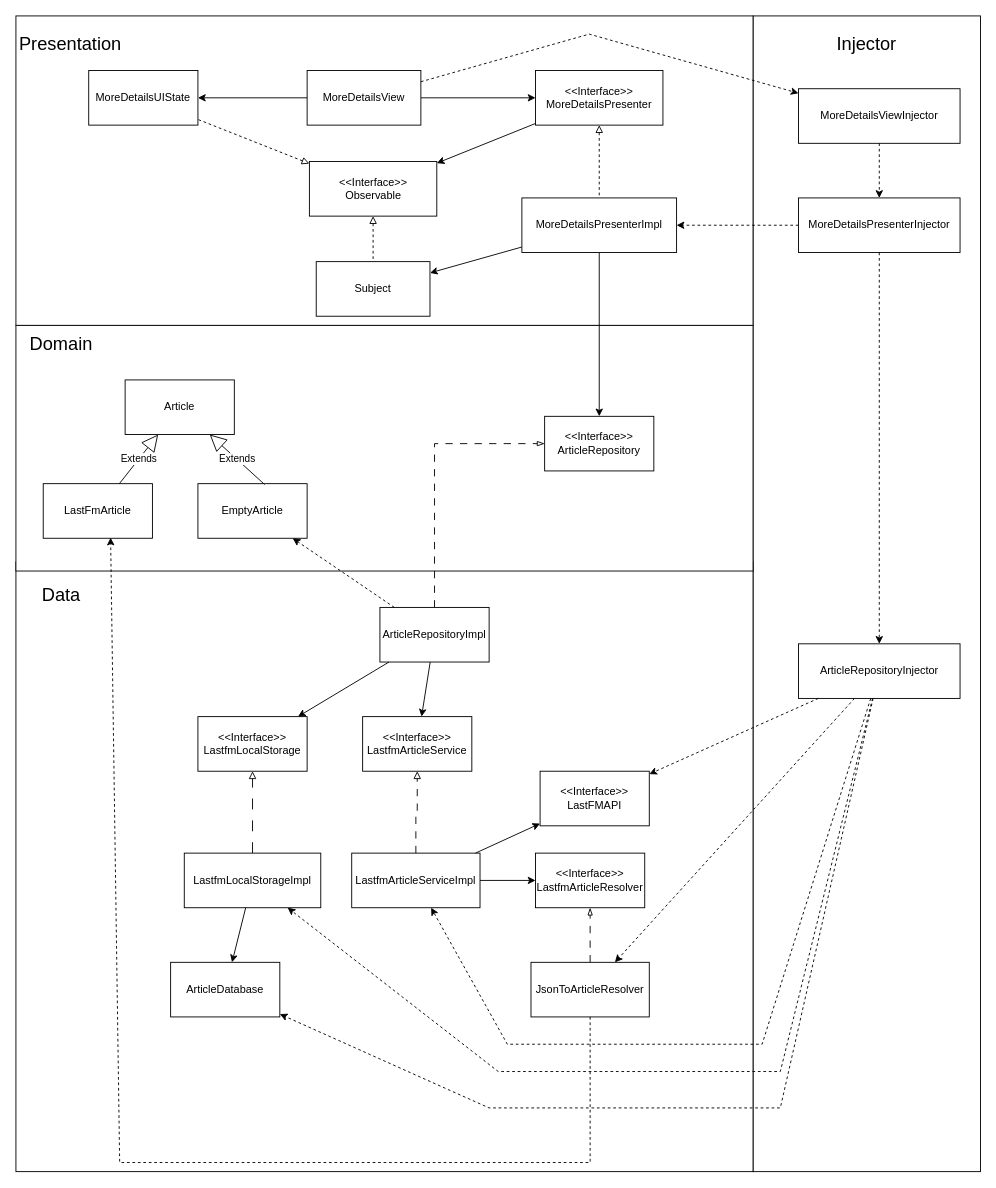
Before: MoreDetailsDiagram.drawio in leodreizzen/AyDS-SongInfo, a draw.io diagram. Source tidied: cells renumbered, new cells numbered last; positions are measured from the earlier drawing's top-left corner, leaving out a move shared by most shapes. Both pictures are drawn from the tidied source at 91%, with x=0, y=0 at pixel (15, 15).
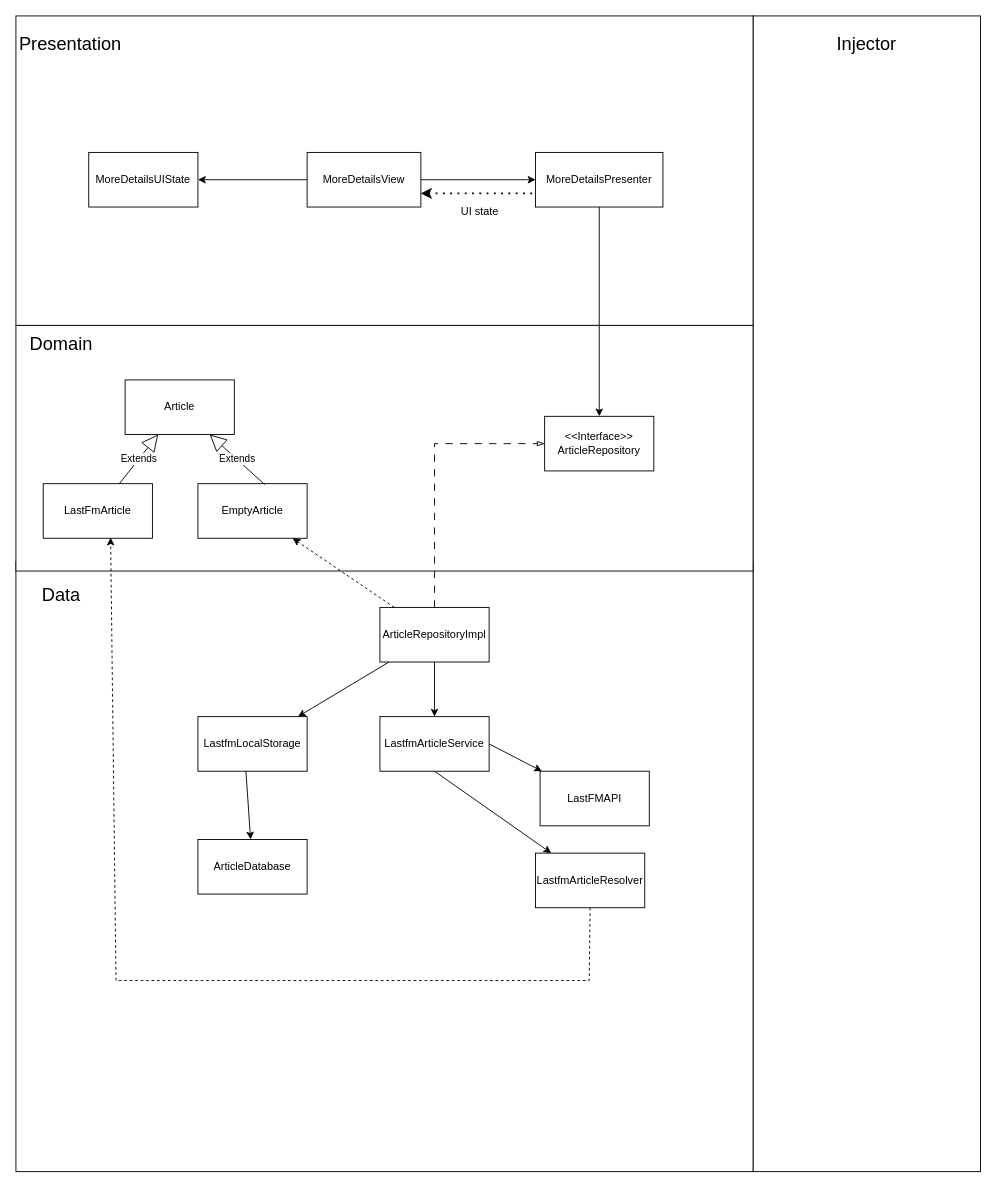
The same diagram, later.

The change refers to these unchanged cells:
```xml
<mxCell id="3" style="rounded=0;whiteSpace=wrap;html=1;" parent="1" vertex="1">
  <mxGeometry y="600" width="810" height="670" as="geometry" />
</mxCell>
<mxCell id="14" value="&amp;lt;&amp;lt;Interface&amp;gt;&amp;gt;&lt;div&gt;ArticleRepository&lt;/div&gt;" style="rounded=0;whiteSpace=wrap;html=1;" parent="1" vertex="1">
  <mxGeometry x="581" y="440" width="120" height="60" as="geometry" />
</mxCell>
<mxCell id="31" value="LastFmArticle" style="rounded=0;whiteSpace=wrap;html=1;" parent="1" vertex="1">
  <mxGeometry x="30" y="514" width="120" height="60" as="geometry" />
</mxCell>
```

Change to the diagram source:
```diff
@@
-    <mxCell id="9" value="ArticleRepositoryInjector" style="rounded=0;whiteSpace=wrap;html=1;" parent="1" vertex="1">
-      <mxGeometry x="860" y="690" width="177.5" height="60" as="geometry" />
-    </mxCell>
-    <mxCell id="10" value="&lt;div&gt;&amp;lt;&amp;lt;Interface&amp;gt;&amp;gt;&lt;/div&gt;MoreDetailsPresenter" style="rounded=0;whiteSpace=wrap;html=1;" parent="1" vertex="1">
-      <mxGeometry x="571" y="60" width="140" height="60" as="geometry" />
+    <mxCell id="10" value="&lt;div&gt;&lt;span style=&quot;background-color: initial;&quot;&gt;MoreDetailsPresenter&lt;/span&gt;&lt;br&gt;&lt;/div&gt;" style="rounded=0;whiteSpace=wrap;html=1;" parent="1" vertex="1">
+      <mxGeometry x="571" y="150" width="140" height="60" as="geometry" />
     </mxCell>
     <mxCell id="11" value="MoreDetailsUIState" style="rounded=0;whiteSpace=wrap;html=1;" parent="1" vertex="1">
-      <mxGeometry x="80" y="60" width="120" height="60" as="geometry" />
+      <mxGeometry x="80" y="150" width="120" height="60" as="geometry" />
     </mxCell>
@@
     <mxCell id="13" value="MoreDetailsView" style="rounded=0;whiteSpace=wrap;html=1;" parent="1" vertex="1">
-      <mxGeometry x="320" y="60" width="125" height="60" as="geometry" />
+      <mxGeometry x="320" y="150" width="125" height="60" as="geometry" />
     </mxCell>
@@
-    <mxCell id="15" value="MoreDetailsPresenterImpl" style="rounded=0;whiteSpace=wrap;html=1;" parent="1" vertex="1">
-      <mxGeometry x="556" y="200" width="170" height="60" as="geometry" />
-    </mxCell>
-    <mxCell id="16" style="endArrow=none;dashed=1;html=1;rounded=0;startArrow=block;startFill=0;exitX=0.5;exitY=1;exitDx=0;exitDy=0;" parent="1" edge="1" source="10" target="15">
-      <mxGeometry relative="1" as="geometry" />
-    </mxCell>
@@
-    <mxCell id="18" style="endArrow=classic;html=1;rounded=0;dashed=1;" parent="1" edge="1" source="13" target="41">
-      <mxGeometry relative="1" as="geometry">
-        <Array as="points">
-          <mxPoint x="630" y="20" />
-        </Array>
-      </mxGeometry>
-    </mxCell>
     <mxCell id="19" value="ArticleDatabase" style="rounded=0;whiteSpace=wrap;html=1;" parent="1" vertex="1">
-      <mxGeometry x="170" y="1040" width="120" height="60" as="geometry" />
+      <mxGeometry x="200" y="905" width="120" height="60" as="geometry" />
     </mxCell>
-    <mxCell id="20" style="edgeStyle=orthogonalEdgeStyle;rounded=0;jettySize=auto;html=1;entryX=0.5;entryY=1;entryDx=0;entryDy=0;dashed=1;dashPattern=12 12;endArrow=block;endFill=0;" parent="1" edge="1" source="21" target="28">
-      <mxGeometry relative="1" as="geometry" />
-    </mxCell>
-    <mxCell id="21" value="LastfmLocalStorageImpl" style="rounded=0;whiteSpace=wrap;html=1;" parent="1" vertex="1">
-      <mxGeometry x="185" y="920" width="150" height="60" as="geometry" />
-    </mxCell>
-    <mxCell id="22" value="&lt;div&gt;&amp;lt;&amp;lt;Interface&amp;gt;&amp;gt;&lt;/div&gt;LastfmArticleService" style="rounded=0;whiteSpace=wrap;html=1;" parent="1" vertex="1">
-      <mxGeometry x="381" y="770" width="120" height="60" as="geometry" />
+    <mxCell id="22" value="&lt;div&gt;&lt;span style=&quot;background-color: initial;&quot;&gt;LastfmArticleService&lt;/span&gt;&lt;br&gt;&lt;/div&gt;" style="rounded=0;whiteSpace=wrap;html=1;" parent="1" vertex="1">
+      <mxGeometry x="400" y="770" width="120" height="60" as="geometry" />
     </mxCell>
-    <mxCell id="23" style="edgeStyle=orthogonalEdgeStyle;rounded=0;jettySize=auto;html=1;entryX=0.5;entryY=1;entryDx=0;entryDy=0;endArrow=block;endFill=0;dashed=1;dashPattern=8 8;" parent="1" edge="1" source="24" target="22">
-      <mxGeometry relative="1" as="geometry" />
-    </mxCell>
-    <mxCell id="24" value="&lt;div&gt;&lt;span style=&quot;background-color: initial;&quot;&gt;LastfmArticleServiceImpl&lt;/span&gt;&lt;br&gt;&lt;/div&gt;" style="rounded=0;whiteSpace=wrap;html=1;" parent="1" vertex="1">
-      <mxGeometry x="369" y="920" width="141" height="60" as="geometry" />
-    </mxCell>
-    <mxCell id="25" value="&amp;lt;&amp;lt;Interface&amp;gt;&amp;gt;&lt;div&gt;LastfmArticleResolver&lt;/div&gt;" style="rounded=0;whiteSpace=wrap;html=1;" parent="1" vertex="1">
+    <mxCell id="25" value="&lt;div&gt;LastfmArticleResolver&lt;/div&gt;" style="rounded=0;whiteSpace=wrap;html=1;" parent="1" vertex="1">
       <mxGeometry x="571" y="920" width="120" height="60" as="geometry" />
     </mxCell>
-    <mxCell id="26" style="edgeStyle=orthogonalEdgeStyle;rounded=0;jettySize=auto;html=1;entryX=0.5;entryY=1;entryDx=0;entryDy=0;dashed=1;dashPattern=8 8;endArrow=blockThin;endFill=0;" parent="1" edge="1" source="27" target="25">
-      <mxGeometry relative="1" as="geometry" />
-    </mxCell>
-    <mxCell id="27" value="JsonToArticleResolver" style="rounded=0;whiteSpace=wrap;html=1;" parent="1" vertex="1">
-      <mxGeometry x="566" y="1040" width="130" height="60" as="geometry" />
-    </mxCell>
-    <mxCell id="28" value="&lt;div&gt;&amp;lt;&amp;lt;Interface&amp;gt;&amp;gt;&lt;/div&gt;LastfmLocalStorage" style="rounded=0;whiteSpace=wrap;html=1;" parent="1" vertex="1">
+    <mxCell id="28" value="&lt;div&gt;&lt;span style=&quot;background-color: initial;&quot;&gt;LastfmLocalStorage&lt;/span&gt;&lt;br&gt;&lt;/div&gt;" style="rounded=0;whiteSpace=wrap;html=1;" parent="1" vertex="1">
       <mxGeometry x="200" y="770" width="120" height="60" as="geometry" />
     </mxCell>
-    <mxCell id="29" value="&lt;div&gt;&amp;lt;&amp;lt;Interface&amp;gt;&amp;gt;&lt;/div&gt;&lt;div&gt;&lt;span style=&quot;background-color: initial;&quot;&gt;LastFMAPI&lt;/span&gt;&lt;br&gt;&lt;/div&gt;" style="rounded=0;whiteSpace=wrap;html=1;" parent="1" vertex="1">
+    <mxCell id="29" value="&lt;div&gt;&lt;span style=&quot;background-color: initial;&quot;&gt;LastFMAPI&lt;/span&gt;&lt;br&gt;&lt;/div&gt;" style="rounded=0;whiteSpace=wrap;html=1;" parent="1" vertex="1">
       <mxGeometry x="576" y="830" width="120" height="60" as="geometry" />
     </mxCell>
-    <mxCell id="30" style="endArrow=classic;html=1;rounded=0;" parent="1" edge="1" source="15" target="14">
+    <mxCell id="30" style="endArrow=classic;html=1;rounded=0;exitX=0.5;exitY=1;exitDx=0;exitDy=0;" parent="1" edge="1" source="10" target="14">
       <mxGeometry relative="1" as="geometry" />
     </mxCell>
@@
-    <mxCell id="37" style="endArrow=classic;html=1;rounded=0;" parent="1" edge="1" source="21" target="19">
+    <mxCell id="37" style="endArrow=classic;html=1;rounded=0;exitX=0.312;exitY=0.343;exitDx=0;exitDy=0;exitPerimeter=0;" parent="1" edge="1" source="3" target="19">
       <mxGeometry relative="1" as="geometry" />
     </mxCell>
-    <mxCell id="38" style="endArrow=classic;html=1;rounded=0;" parent="1" edge="1" source="24" target="25">
+    <mxCell id="38" style="endArrow=classic;html=1;rounded=0;exitX=0.5;exitY=1;exitDx=0;exitDy=0;" parent="1" edge="1" source="22" target="25">
       <mxGeometry relative="1" as="geometry" />
     </mxCell>
-    <mxCell id="39" style="endArrow=classic;html=1;rounded=0;" parent="1" edge="1" source="24" target="29">
+    <mxCell id="39" style="endArrow=classic;html=1;rounded=0;exitX=1;exitY=0.5;exitDx=0;exitDy=0;" parent="1" edge="1" source="22" target="29">
       <mxGeometry relative="1" as="geometry" />
     </mxCell>
-    <mxCell id="40" value="MoreDetailsPresenterInjector" style="rounded=0;whiteSpace=wrap;html=1;" parent="1" vertex="1">
-      <mxGeometry x="860" y="200" width="177.5" height="60" as="geometry" />
-    </mxCell>
-    <mxCell id="41" value="MoreDetailsViewInjector" style="rounded=0;whiteSpace=wrap;html=1;" parent="1" vertex="1">
-      <mxGeometry x="860" y="80" width="177.5" height="60" as="geometry" />
-    </mxCell>
-    <mxCell id="42" style="endArrow=classic;html=1;rounded=0;dashed=1;" parent="1" edge="1" source="41" target="40">
-      <mxGeometry relative="1" as="geometry" />
-    </mxCell>
-    <mxCell id="43" style="endArrow=classic;html=1;rounded=0;dashed=1;" parent="1" edge="1" source="40" target="9">
-      <mxGeometry relative="1" as="geometry" />
-    </mxCell>
-    <mxCell id="44" style="endArrow=classic;html=1;rounded=0;dashed=1;" parent="1" edge="1" source="40" target="15">
-      <mxGeometry relative="1" as="geometry" />
-    </mxCell>
-    <mxCell id="45" style="endArrow=classic;html=1;rounded=0;dashed=1;" parent="1" edge="1" source="9" target="29">
-      <mxGeometry relative="1" as="geometry" />
-    </mxCell>
-    <mxCell id="46" style="endArrow=classic;html=1;rounded=0;dashed=1;" parent="1" edge="1" source="9" target="27">
-      <mxGeometry relative="1" as="geometry" />
-    </mxCell>
-    <mxCell id="47" style="endArrow=classic;html=1;rounded=0;dashed=1;" parent="1" edge="1" source="9" target="19">
-      <mxGeometry relative="1" as="geometry">
-        <Array as="points">
-          <mxPoint x="840" y="1200" />
-          <mxPoint x="520" y="1200" />
-        </Array>
-      </mxGeometry>
-    </mxCell>
-    <mxCell id="48" style="endArrow=classic;html=1;rounded=0;dashed=1;" parent="1" edge="1" source="9" target="24">
-      <mxGeometry relative="1" as="geometry">
-        <Array as="points">
-          <mxPoint x="820" y="1130" />
-          <mxPoint x="680" y="1130" />
-          <mxPoint x="540" y="1130" />
-        </Array>
-      </mxGeometry>
-    </mxCell>
-    <mxCell id="49" style="endArrow=classic;html=1;rounded=0;dashed=1;" parent="1" edge="1" source="9" target="21">
-      <mxGeometry relative="1" as="geometry">
-        <Array as="points">
-          <mxPoint x="840" y="1160" />
-          <mxPoint x="530" y="1160" />
-        </Array>
-      </mxGeometry>
-    </mxCell>
-    <mxCell id="50" style="endArrow=classic;html=1;rounded=0;dashed=1;entryX=0.617;entryY=0.988;entryDx=0;entryDy=0;entryPerimeter=0;" parent="1" edge="1" source="27" target="31">
+    <mxCell id="50" style="endArrow=classic;html=1;rounded=0;dashed=1;entryX=0.617;entryY=0.988;entryDx=0;entryDy=0;entryPerimeter=0;exitX=0.5;exitY=1;exitDx=0;exitDy=0;" parent="1" edge="1" source="25" target="31">
       <mxGeometry relative="1" as="geometry">
         <Array as="points">
-          <mxPoint x="631" y="1260" />
-          <mxPoint x="114" y="1260" />
+          <mxPoint x="630" y="1060" />
+          <mxPoint x="380" y="1060" />
+          <mxPoint x="110" y="1060" />
         </Array>
       </mxGeometry>
     </mxCell>
@@
-    <mxCell id="52" value="&lt;div&gt;&amp;lt;&amp;lt;Interface&amp;gt;&amp;gt;&lt;/div&gt;&lt;div&gt;Observable&lt;/div&gt;" style="rounded=0;whiteSpace=wrap;html=1;" parent="1" vertex="1">
-      <mxGeometry x="322.5" y="160" width="140" height="60" as="geometry" />
-    </mxCell>
-    <mxCell id="53" style="endArrow=classic;html=1;rounded=0;" parent="1" edge="1" source="10" target="52">
-      <mxGeometry relative="1" as="geometry" />
-    </mxCell>
-    <mxCell id="54" value="Subject" style="rounded=0;whiteSpace=wrap;html=1;" parent="1" vertex="1">
-      <mxGeometry x="330" y="270" width="125" height="60" as="geometry" />
-    </mxCell>
-    <mxCell id="55" style="endArrow=none;dashed=1;html=1;rounded=0;startArrow=block;startFill=0;fontStyle=1;" parent="1" edge="1" source="52" target="54">
-      <mxGeometry relative="1" as="geometry" />
-    </mxCell>
-    <mxCell id="56" style="endArrow=classic;html=1;rounded=0;" parent="1" edge="1" source="15" target="54">
-      <mxGeometry relative="1" as="geometry" />
-    </mxCell>
-    <mxCell id="57" style="endArrow=none;dashed=1;html=1;rounded=0;startArrow=block;startFill=0;" parent="1" edge="1" source="52" target="11">
-      <mxGeometry relative="1" as="geometry" />
-    </mxCell>
@@
+    <mxCell id="62" style="endArrow=none;dashed=1;html=1;dashPattern=1 3;strokeWidth=2;rounded=0;exitX=1;exitY=0.75;exitDx=0;exitDy=0;entryX=0;entryY=0.75;entryDx=0;entryDy=0;startArrow=classic;startFill=1;" parent="1" edge="1" source="13" target="10">
+      <mxGeometry relative="1" as="geometry" />
+    </mxCell>
+    <mxCell id="63" value="UI state" style="text;html=1;align=center;verticalAlign=middle;whiteSpace=wrap;rounded=0;" parent="1" vertex="1">
+      <mxGeometry x="480" y="200" width="60" height="30" as="geometry" />
+    </mxCell>
```
